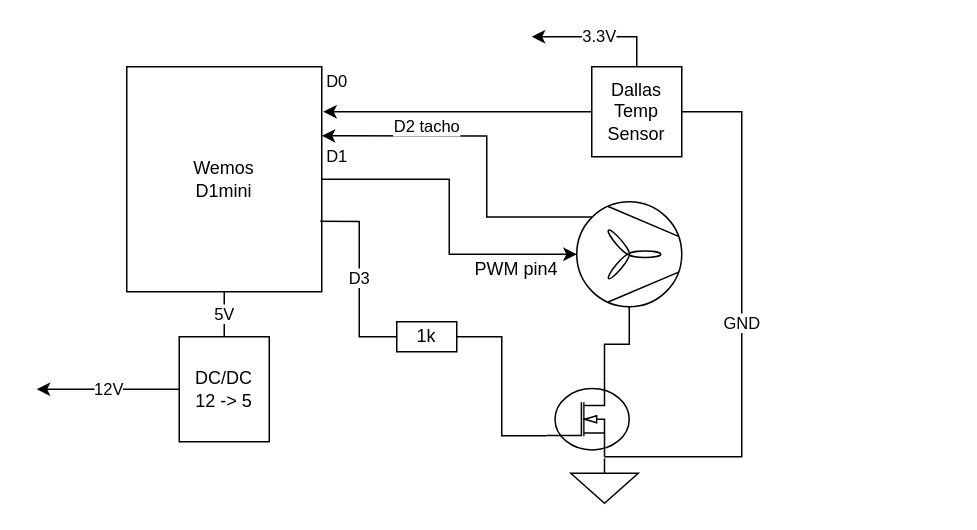
sker65/esphome-fan-controller keeps this draw.io diagram as img/wiring.drawio. Above is the earlier version. Source tidied: cells renumbered, new cells numbered last; positions are measured from the earlier drawing's top-left corner, leaving out a move shared by most shapes. Both pictures are drawn from the tidied source at 150%, with x=0, y=0 at pixel (36, 36). Pictures stored in the file or linked from it are replaced by grey dashed boxes.
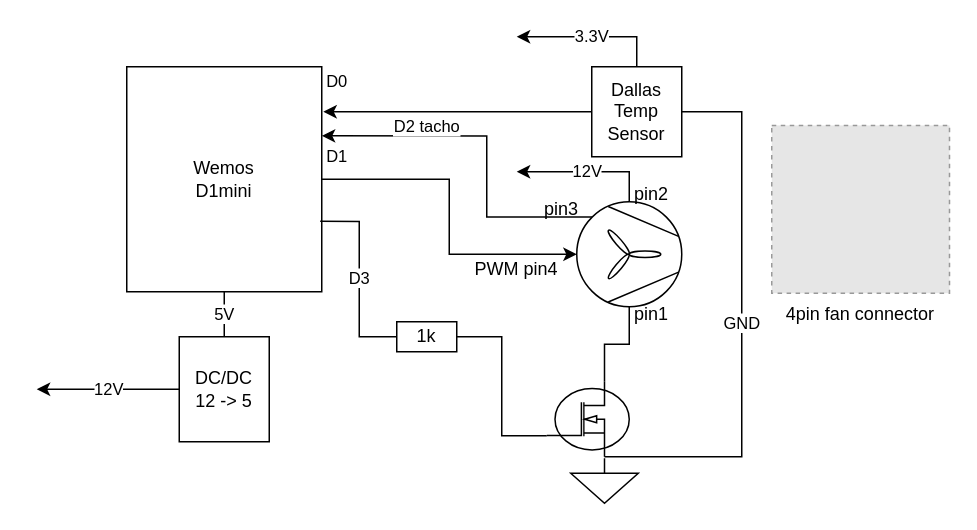
The same diagram, later.

The change refers to these unchanged cells:
```xml
<mxCell id="6" value="Dallas&lt;br&gt;Temp&lt;br&gt;Sensor" style="whiteSpace=wrap;html=1;" parent="1" vertex="1">
  <mxGeometry x="370" y="20" width="60" height="60" as="geometry" />
</mxCell>
<mxCell id="9" style="verticalLabelPosition=bottom;outlineConnect=0;align=center;dashed=0;html=1;verticalAlign=top;shape=mxgraph.pid.misc.fan;" parent="1" vertex="1">
  <mxGeometry x="360" y="110" width="70" height="70" as="geometry" />
</mxCell>
```

Change to the diagram source:
```diff
@@
     <mxCell id="19" value="3.3V" style="edgeStyle=orthogonalEdgeStyle;rounded=0;jettySize=auto;html=1;endArrow=classic;endFill=1;" parent="1" edge="1" source="6">
       <mxGeometry relative="1" as="geometry">
-        <mxPoint x="330" as="targetPoint" />
+        <mxPoint x="320" as="targetPoint" />
         <Array as="points">
           <mxPoint x="400" />
         </Array>
       </mxGeometry>
     </mxCell>
+    <mxCell id="20" value="pin3" style="text;html=1;strokeColor=none;fillColor=none;align=center;verticalAlign=middle;whiteSpace=wrap;rounded=0;" parent="1" vertex="1">
+      <mxGeometry x="320" y="100" width="60" height="30" as="geometry" />
+    </mxCell>
+    <mxCell id="21" value="pin1" style="text;html=1;strokeColor=none;fillColor=none;align=center;verticalAlign=middle;whiteSpace=wrap;rounded=0;" parent="1" vertex="1">
+      <mxGeometry x="380" y="170" width="60" height="30" as="geometry" />
+    </mxCell>
+    <mxCell id="22" value="12V" style="edgeStyle=orthogonalEdgeStyle;rounded=0;jettySize=auto;html=1;endArrow=classic;endFill=1;exitX=0.5;exitY=0;exitDx=0;exitDy=0;exitPerimeter=0;" parent="1" edge="1" source="9">
+      <mxGeometry relative="1" as="geometry">
+        <mxPoint x="320" y="90" as="targetPoint" />
+        <Array as="points">
+          <mxPoint x="395" y="90" />
+        </Array>
+      </mxGeometry>
+    </mxCell>
+    <mxCell id="23" value="pin2" style="text;html=1;strokeColor=none;fillColor=none;align=center;verticalAlign=middle;whiteSpace=wrap;rounded=0;" parent="1" vertex="1">
+      <mxGeometry x="380" y="90" width="60" height="30" as="geometry" />
+    </mxCell>
+    <mxCell id="24" value="4pin fan connector" style="fillColor=#E6E6E6;strokeColor=#999999;dashed=1;verticalLabelPosition=bottom;labelBackgroundColor=default;verticalAlign=top;" parent="1" vertex="1">
+      <mxGeometry x="490" y="59.1" width="118.5" height="111.9" as="geometry" />
+    </mxCell>
```
